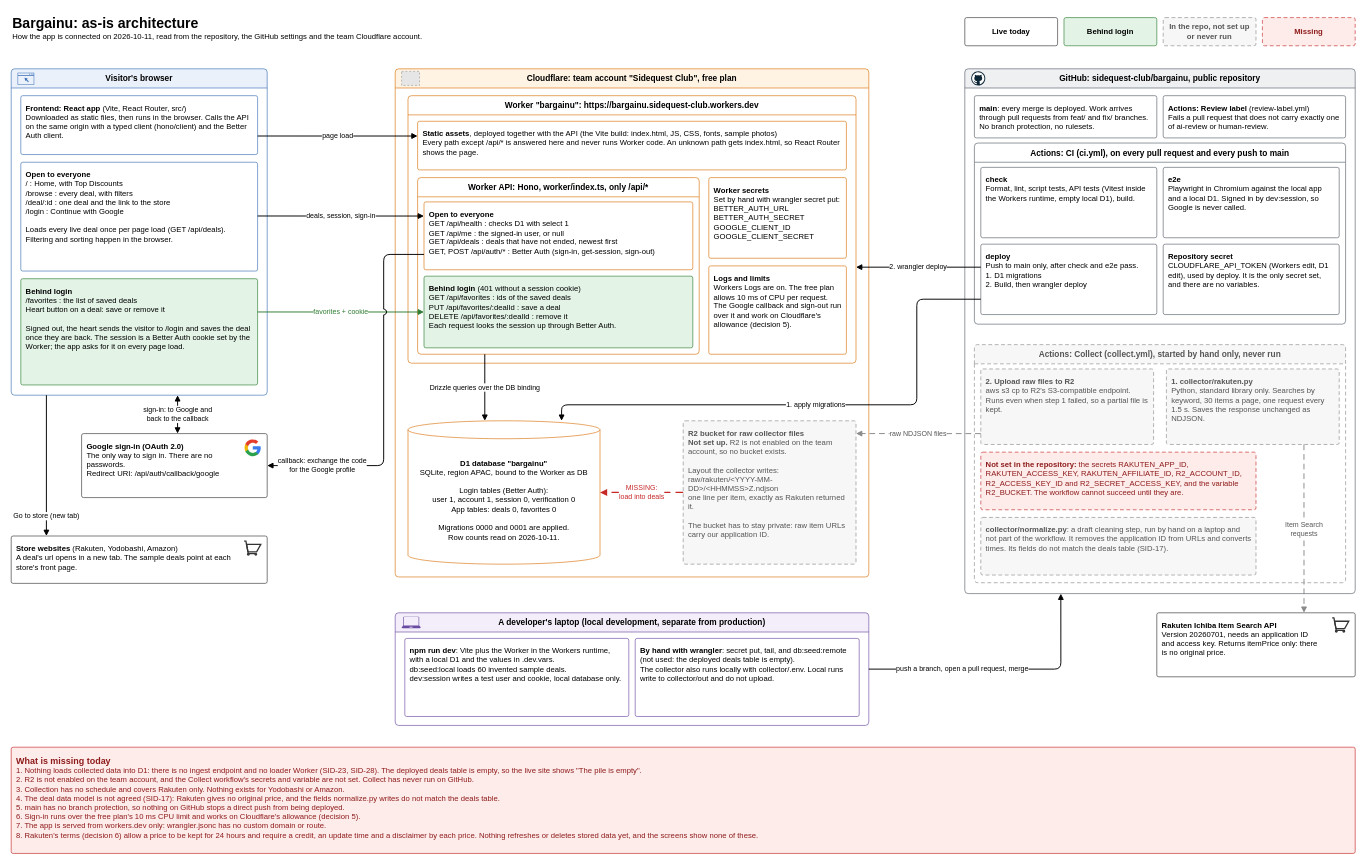
Above: docs/architecture/as-is.drawio in sidequest-club/bargainu (draw.io), before the change. Source tidied: cells renumbered, new cells numbered last; positions are measured from the earlier drawing's top-left corner, leaving out a move shared by most shapes. Both pictures are drawn from the tidied source at 64%, with x=0, y=0 at pixel (11, 11). Pictures stored in the file or linked from it are replaced by grey dashed boxes.
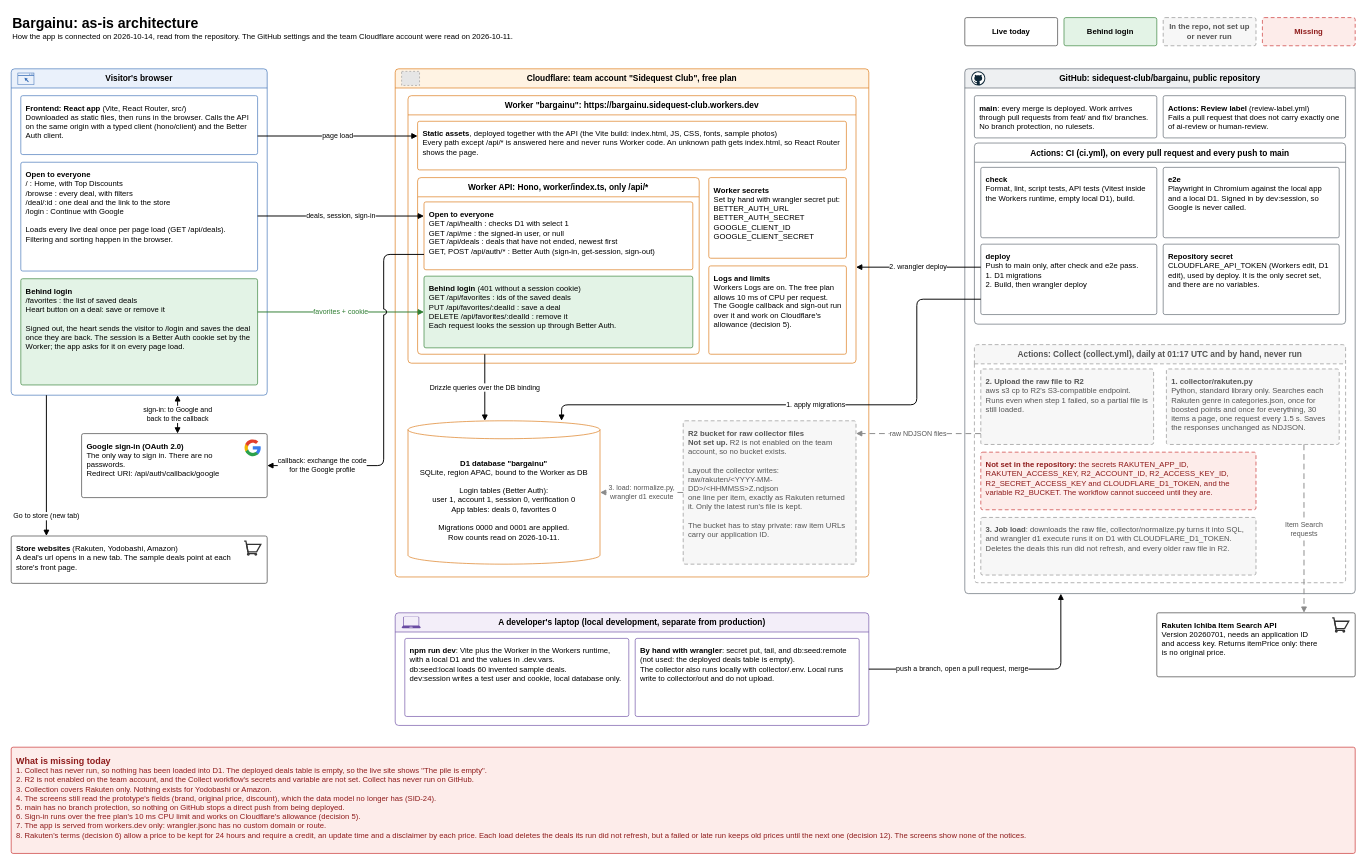
After the change.

Commit message (it also covers changes not shown here):
Collect Rakuten deals daily by genre and load them into D1

The change refers to these unchanged cells:
```xml
<mxCell id="13" value="Cloudflare: team account &quot;Sidequest Club&quot;, free plan" style="swimlane;startSize=30;fontFamily=Helvetica;fontSize=12;fontSize=13;fontStyle=1;html=1;whiteSpace=wrap;rounded=1;arcSize=6;swimlaneFillColor=default;fillColor=#FFF3E3;strokeColor=#D9730D;" parent="1" vertex="1">
  <mxGeometry x="600" y="90" width="740" height="794" as="geometry" />
</mxCell>
<mxCell id="21" value="&lt;b&gt;D1 database &quot;bargainu&quot;&lt;/b&gt;&lt;br&gt;SQLite, region APAC, bound to the Worker as DB&lt;br&gt;&lt;br&gt;Login tables (Better Auth):&lt;br&gt;user 1, account 1, session 0, verification 0&lt;br&gt;App tables: deals 0, favorites 0&lt;br&gt;&lt;br&gt;Migrations 0000 and 0001 are applied.&lt;br&gt;Row counts read on 2026-10-11." style="shape=cylinder3;boundedLbl=1;backgroundOutline=1;size=14;fontFamily=Helvetica;fontSize=12;html=1;whiteSpace=wrap;align=center;verticalAlign=middle;fillColor=#FFFFFF;strokeColor=#D9730D;" parent="13" vertex="1">
  <mxGeometry x="20" y="550" width="300" height="224" as="geometry" />
</mxCell>
<mxCell id="23" value="GitHub: sidequest-club/bargainu, public repository" style="swimlane;startSize=30;fontFamily=Helvetica;fontSize=12;fontSize=13;fontStyle=1;html=1;whiteSpace=wrap;rounded=1;arcSize=6;swimlaneFillColor=default;fillColor=#EEF0F2;strokeColor=#57606A;" parent="1" vertex="1">
  <mxGeometry x="1490" y="90" width="610" height="820" as="geometry" />
</mxCell>
```

Change to the diagram source:
```diff
@@
-    <mxCell id="2" value="&lt;b style=&quot;font-size:22px&quot;&gt;Bargainu: as-is architecture&lt;/b&gt;&lt;br&gt;How the app is connected on 2026-10-11, read from the repository, the GitHub settings and the team Cloudflare account." style="text;fontFamily=Helvetica;fontSize=12;html=1;whiteSpace=wrap;align=left;verticalAlign=top;" parent="1" vertex="1">
+    <mxCell id="2" value="&lt;b style=&quot;font-size:22px&quot;&gt;Bargainu: as-is architecture&lt;/b&gt;&lt;br&gt;How the app is connected on 2026-10-14, read from the repository. The GitHub settings and the team Cloudflare account were read on 2026-10-11." style="text;fontFamily=Helvetica;fontSize=12;html=1;whiteSpace=wrap;align=left;verticalAlign=top;" parent="1" vertex="1">
       <mxGeometry width="900" height="70" as="geometry" />
     </mxCell>
@@
-    <mxCell id="22" value="&lt;b&gt;R2 bucket for raw collector files&lt;/b&gt;&lt;br&gt;&lt;b&gt;Not set up.&lt;/b&gt; R2 is not enabled on the team account, so no bucket exists.&lt;br&gt;&lt;br&gt;Layout the collector writes:&lt;br&gt;raw/rakuten/&amp;lt;YYYY-MM-DD&amp;gt;/&amp;lt;HHMMSS&amp;gt;Z.ndjson&lt;br&gt;one line per item, exactly as Rakuten returned it.&lt;br&gt;&lt;br&gt;The bucket has to stay private: raw item URLs carry our application ID." style="rounded=1;arcSize=6;absoluteArcSize=1;fontFamily=Helvetica;fontSize=12;html=1;whiteSpace=wrap;align=left;verticalAlign=top;spacing=8;fillColor=#F7F7F7;strokeColor=#8A8A8A;fontColor=#555555;dashed=1;dashPattern=6 4;" parent="13" vertex="1">
+    <mxCell id="22" value="&lt;b&gt;R2 bucket for raw collector files&lt;/b&gt;&lt;br&gt;&lt;b&gt;Not set up.&lt;/b&gt; R2 is not enabled on the team account, so no bucket exists.&lt;br&gt;&lt;br&gt;Layout the collector writes:&lt;br&gt;raw/rakuten/&amp;lt;YYYY-MM-DD&amp;gt;/&amp;lt;HHMMSS&amp;gt;Z.ndjson&lt;br&gt;one line per item, exactly as Rakuten returned it. Only the latest run's file is kept.&lt;br&gt;&lt;br&gt;The bucket has to stay private: raw item URLs carry our application ID." style="rounded=1;arcSize=6;absoluteArcSize=1;fontFamily=Helvetica;fontSize=12;html=1;whiteSpace=wrap;align=left;verticalAlign=top;spacing=8;fillColor=#F7F7F7;strokeColor=#8A8A8A;fontColor=#555555;dashed=1;dashPattern=6 4;" parent="13" vertex="1">
       <mxGeometry x="450" y="550" width="270" height="224" as="geometry" />
     </mxCell>
@@
-    <mxCell id="31" value="Actions: Collect (collect.yml), started by hand only, never run" style="swimlane;startSize=30;fontFamily=Helvetica;fontSize=12;fontSize=13;fontStyle=1;html=1;whiteSpace=wrap;rounded=1;arcSize=6;swimlaneFillColor=default;fillColor=#F7F7F7;strokeColor=#8A8A8A;fontColor=#555555;dashed=1;dashPattern=6 4;" parent="23" vertex="1">
+    <mxCell id="31" value="Actions: Collect (collect.yml), daily at 01:17 UTC and by hand, never run" style="swimlane;startSize=30;fontFamily=Helvetica;fontSize=12;fontSize=13;fontStyle=1;html=1;whiteSpace=wrap;rounded=1;arcSize=6;swimlaneFillColor=default;fillColor=#F7F7F7;strokeColor=#8A8A8A;fontColor=#555555;dashed=1;dashPattern=6 4;" parent="23" vertex="1">
       <mxGeometry x="15" y="431" width="580" height="372" as="geometry" />
     </mxCell>
-    <mxCell id="32" value="&lt;b&gt;2. Upload raw files to R2&lt;/b&gt;&lt;br&gt;aws s3 cp to R2's S3-compatible endpoint. Runs even when step 1 failed, so a partial file is kept." style="rounded=1;arcSize=6;absoluteArcSize=1;fontFamily=Helvetica;fontSize=12;html=1;whiteSpace=wrap;align=left;verticalAlign=top;spacing=8;fillColor=#F7F7F7;strokeColor=#8A8A8A;fontColor=#555555;dashed=1;dashPattern=6 4;" parent="31" vertex="1">
+    <mxCell id="32" value="&lt;b&gt;2. Upload the raw file to R2&lt;/b&gt;&lt;br&gt;aws s3 cp to R2's S3-compatible endpoint. Runs even when step 1 failed, so a partial file is still loaded." style="rounded=1;arcSize=6;absoluteArcSize=1;fontFamily=Helvetica;fontSize=12;html=1;whiteSpace=wrap;align=left;verticalAlign=top;spacing=8;fillColor=#F7F7F7;strokeColor=#8A8A8A;fontColor=#555555;dashed=1;dashPattern=6 4;" parent="31" vertex="1">
       <mxGeometry x="10" y="38" width="270" height="118" as="geometry" />
     </mxCell>
-    <mxCell id="33" value="&lt;b&gt;1. collector/rakuten.py&lt;/b&gt;&lt;br&gt;Python, standard library only. Searches by keyword, 30 items a page, one request every 1.5 s. Saves the response unchanged as NDJSON." style="rounded=1;arcSize=6;absoluteArcSize=1;fontFamily=Helvetica;fontSize=12;html=1;whiteSpace=wrap;align=left;verticalAlign=top;spacing=8;fillColor=#F7F7F7;strokeColor=#8A8A8A;fontColor=#555555;dashed=1;dashPattern=6 4;" parent="31" vertex="1">
+    <mxCell id="33" value="&lt;b&gt;1. collector/rakuten.py&lt;/b&gt;&lt;br&gt;Python, standard library only. Searches each Rakuten genre in categories.json, once for boosted points and once for everything, 30 items a page, one request every 1.5 s. Saves the responses unchanged as NDJSON." style="rounded=1;arcSize=6;absoluteArcSize=1;fontFamily=Helvetica;fontSize=12;html=1;whiteSpace=wrap;align=left;verticalAlign=top;spacing=8;fillColor=#F7F7F7;strokeColor=#8A8A8A;fontColor=#555555;dashed=1;dashPattern=6 4;" parent="31" vertex="1">
       <mxGeometry x="300" y="38" width="270" height="118" as="geometry" />
     </mxCell>
-    <mxCell id="34" value="&lt;b&gt;Not set in the repository:&lt;/b&gt; the secrets RAKUTEN_APP_ID, RAKUTEN_ACCESS_KEY, RAKUTEN_AFFILIATE_ID, R2_ACCOUNT_ID, R2_ACCESS_KEY_ID and R2_SECRET_ACCESS_KEY, and the variable R2_BUCKET. The workflow cannot succeed until they are." style="rounded=1;arcSize=6;absoluteArcSize=1;fontFamily=Helvetica;fontSize=12;html=1;whiteSpace=wrap;align=left;verticalAlign=top;spacing=8;fillColor=#FDECEA;strokeColor=#C62828;fontColor=#8E1B1B;dashed=1;dashPattern=6 4;" parent="31" vertex="1">
+    <mxCell id="34" value="&lt;b&gt;Not set in the repository:&lt;/b&gt; the secrets RAKUTEN_APP_ID, RAKUTEN_ACCESS_KEY, R2_ACCOUNT_ID, R2_ACCESS_KEY_ID, R2_SECRET_ACCESS_KEY and CLOUDFLARE_D1_TOKEN, and the variable R2_BUCKET. The workflow cannot succeed until they are." style="rounded=1;arcSize=6;absoluteArcSize=1;fontFamily=Helvetica;fontSize=12;html=1;whiteSpace=wrap;align=left;verticalAlign=top;spacing=8;fillColor=#FDECEA;strokeColor=#C62828;fontColor=#8E1B1B;dashed=1;dashPattern=6 4;" parent="31" vertex="1">
       <mxGeometry x="10" y="168" width="430" height="90" as="geometry" />
     </mxCell>
-    <mxCell id="35" value="&lt;b&gt;collector/normalize.py&lt;/b&gt;: a draft cleaning step, run by hand on a laptop and not part of the workflow. It removes the application ID from URLs and converts times. Its fields do not match the deals table (SID-17)." style="rounded=1;arcSize=6;absoluteArcSize=1;fontFamily=Helvetica;fontSize=12;html=1;whiteSpace=wrap;align=left;verticalAlign=top;spacing=8;fillColor=#F7F7F7;strokeColor=#8A8A8A;fontColor=#555555;dashed=1;dashPattern=6 4;" parent="31" vertex="1">
+    <mxCell id="35" value="&lt;b&gt;3. Job load&lt;/b&gt;: downloads the raw file, collector/normalize.py turns it into SQL, and wrangler d1 execute runs it on D1 with CLOUDFLARE_D1_TOKEN. Deletes the deals this run did not refresh, and every older raw file in R2." style="rounded=1;arcSize=6;absoluteArcSize=1;fontFamily=Helvetica;fontSize=12;html=1;whiteSpace=wrap;align=left;verticalAlign=top;spacing=8;fillColor=#F7F7F7;strokeColor=#8A8A8A;fontColor=#555555;dashed=1;dashPattern=6 4;" parent="31" vertex="1">
       <mxGeometry x="10" y="270" width="430" height="90" as="geometry" />
     </mxCell>
@@
-    <mxCell id="40" value="&lt;b style=&quot;font-size:14px&quot;&gt;What is missing today&lt;/b&gt;&lt;br&gt;1. Nothing loads collected data into D1: there is no ingest endpoint and no loader Worker (SID-23, SID-28). The deployed deals table is empty, so the live site shows &quot;The pile is empty&quot;.&lt;br&gt;2. R2 is not enabled on the team account, and the Collect workflow's secrets and variable are not set. Collect has never run on GitHub.&lt;br&gt;3. Collection has no schedule and covers Rakuten only. Nothing exists for Yodobashi or Amazon.&lt;br&gt;4. The deal data model is not agreed (SID-17): Rakuten gives no original price, and the fields normalize.py writes do not match the deals table.&lt;br&gt;5. main has no branch protection, so nothing on GitHub stops a direct push from being deployed.&lt;br&gt;6. Sign-in runs over the free plan's 10 ms CPU limit and works on Cloudflare's allowance (decision 5).&lt;br&gt;7. The app is served from workers.dev only: wrangler.jsonc has no custom domain or route.&lt;br&gt;8. Rakuten's terms (decision 6) allow a price to be kept for 24 hours and require a credit, an update time and a disclaimer by each price. Nothing refreshes or deletes stored data yet, and the screens show none of these." style="rounded=1;arcSize=6;absoluteArcSize=1;fontFamily=Helvetica;fontSize=12;html=1;whiteSpace=wrap;align=left;verticalAlign=top;spacing=8;fillColor=#FDECEA;strokeColor=#C62828;fontColor=#8E1B1B;dashed=1;dashPattern=6 4;dashed=0;" parent="1" vertex="1">
+    <mxCell id="40" value="&lt;b style=&quot;font-size:14px&quot;&gt;What is missing today&lt;/b&gt;&lt;br&gt;1. Collect has never run, so nothing has been loaded into D1. The deployed deals table is empty, so the live site shows &quot;The pile is empty&quot;.&lt;br&gt;2. R2 is not enabled on the team account, and the Collect workflow's secrets and variable are not set. Collect has never run on GitHub.&lt;br&gt;3. Collection covers Rakuten only. Nothing exists for Yodobashi or Amazon.&lt;br&gt;4. The screens still read the prototype's fields (brand, original price, discount), which the data model no longer has (SID-24).&lt;br&gt;5. main has no branch protection, so nothing on GitHub stops a direct push from being deployed.&lt;br&gt;6. Sign-in runs over the free plan's 10 ms CPU limit and works on Cloudflare's allowance (decision 5).&lt;br&gt;7. The app is served from workers.dev only: wrangler.jsonc has no custom domain or route.&lt;br&gt;8. Rakuten's terms (decision 6) allow a price to be kept for 24 hours and require a credit, an update time and a disclaimer by each price. Each load deletes the deals its run did not refresh, but a failed or late run keeps old prices until the next one (decision 12). The screens show none of the notices." style="rounded=1;arcSize=6;absoluteArcSize=1;fontFamily=Helvetica;fontSize=12;html=1;whiteSpace=wrap;align=left;verticalAlign=top;spacing=8;fillColor=#FDECEA;strokeColor=#C62828;fontColor=#8E1B1B;dashed=1;dashPattern=6 4;dashed=0;" parent="1" vertex="1">
       <mxGeometry y="1150" width="2100" height="166" as="geometry" />
     </mxCell>
@@
-    <mxCell id="59" value="MISSING:&lt;br&gt;load into deals" style="edgeStyle=orthogonalEdgeStyle;rounded=1;html=1;fontFamily=Helvetica;fontSize=12;fontSize=11;labelBackgroundColor=#FFFFFF;endArrow=block;endFill=1;strokeWidth=1.5;jumpStyle=arc;jumpSize=8;exitX=0;exitY=0.5;exitDx=0;exitDy=0;entryX=1;entryY=0.5;entryDx=0;entryDy=0;dashed=1;dashPattern=6 4;strokeColor=#C62828;fontColor=#C62828;strokeWidth=2;" parent="1" edge="1" source="22" target="21">
+    <mxCell id="59" value="3. load: normalize.py,&lt;br&gt;wrangler d1 execute" style="edgeStyle=orthogonalEdgeStyle;rounded=1;html=1;fontFamily=Helvetica;fontSize=12;fontSize=11;labelBackgroundColor=#FFFFFF;endArrow=block;endFill=1;strokeWidth=1.5;jumpStyle=arc;jumpSize=8;exitX=0;exitY=0.5;exitDx=0;exitDy=0;entryX=1;entryY=0.5;entryDx=0;entryDy=0;dashed=1;dashPattern=6 4;strokeColor=#8A8A8A;fontColor=#555555;" parent="1" edge="1" source="22" target="21">
       <mxGeometry relative="1" as="geometry" />
     </mxCell>
```
